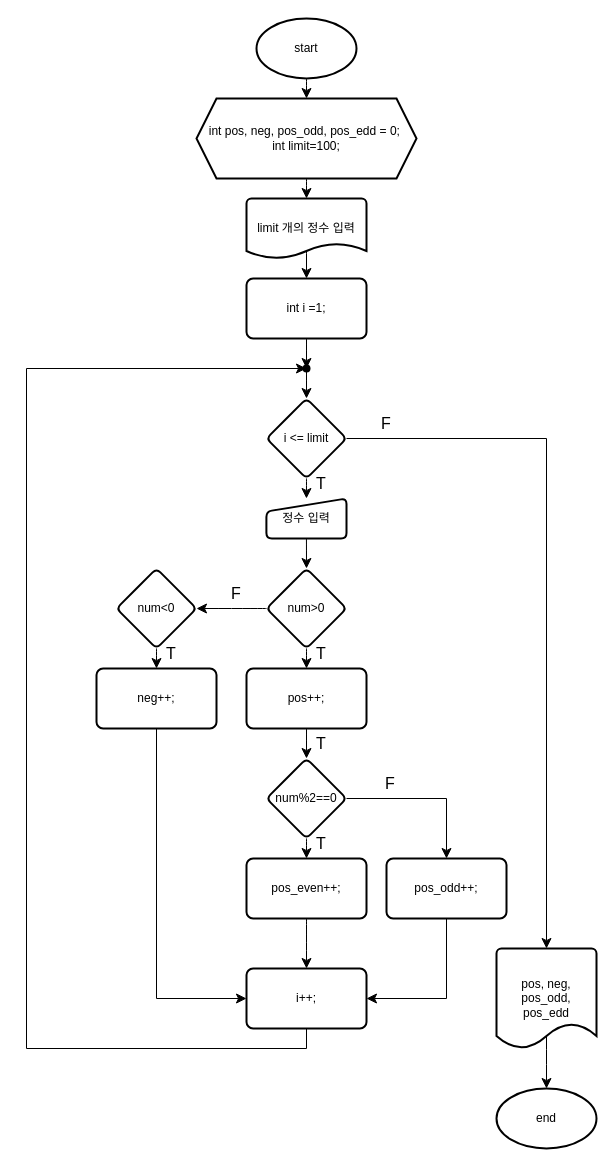
This is page "문제3" (5 of 11) of 03_java/20260227_yeodohyun/02_work/문제순서도.drawio from dhy257/acon_academy_yeodohyun, a draw.io file, before an edit. Source tidied: cells renumbered, new cells numbered last; positions are measured from the earlier drawing's top-left corner, leaving out a move shared by most shapes. Both pictures are drawn from the tidied source at 100%, with x=0, y=0 at pixel (26, 18).
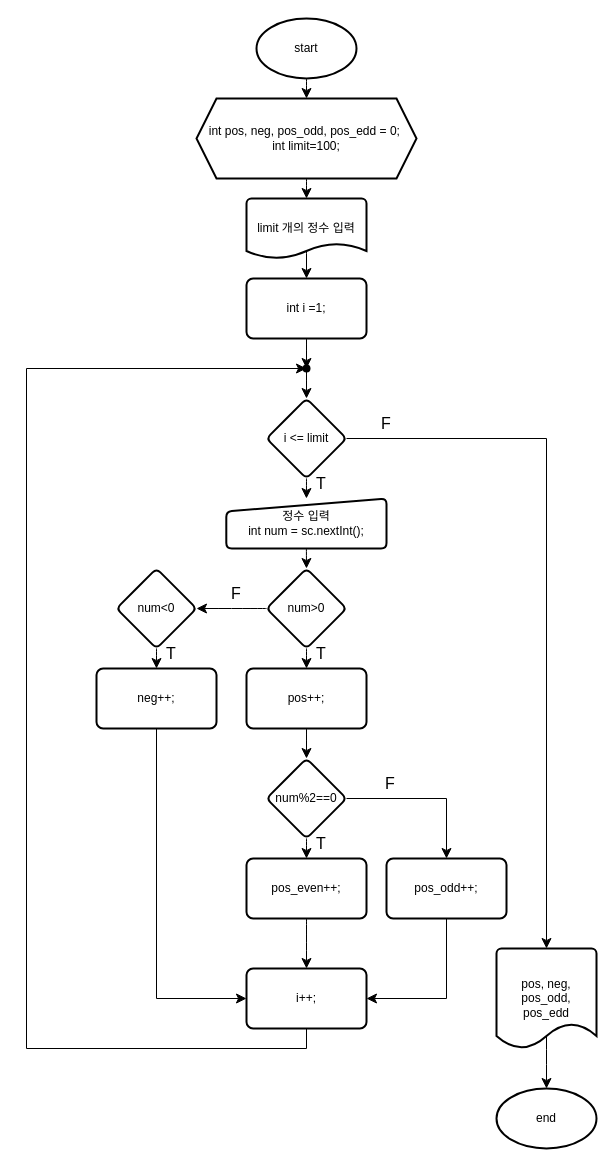
The same diagram, later.

Change to the diagram source:
```diff
@@
-    <mxCell id="26" value="T" style="text;html=1;whiteSpace=wrap;strokeColor=none;fillColor=none;align=center;verticalAlign=middle;rounded=0;fontSize=16;" parent="1" vertex="1">
-      <mxGeometry x="280" y="720" width="30" height="10" as="geometry" />
-    </mxCell>
@@
-    <mxCell id="40" value="정수 입력" style="html=1;strokeWidth=2;shape=manualInput;whiteSpace=wrap;rounded=1;size=13;arcSize=11;" parent="1" vertex="1">
-      <mxGeometry x="239.9" y="480" width="80.1" height="40" as="geometry" />
+    <mxCell id="40" value="정수 입력&lt;div&gt;int num = sc.nextInt();&lt;/div&gt;" style="html=1;strokeWidth=2;shape=manualInput;whiteSpace=wrap;rounded=1;size=13;arcSize=11;" parent="1" vertex="1">
+      <mxGeometry x="199.8" y="480" width="160.2" height="50" as="geometry" />
     </mxCell>
```
